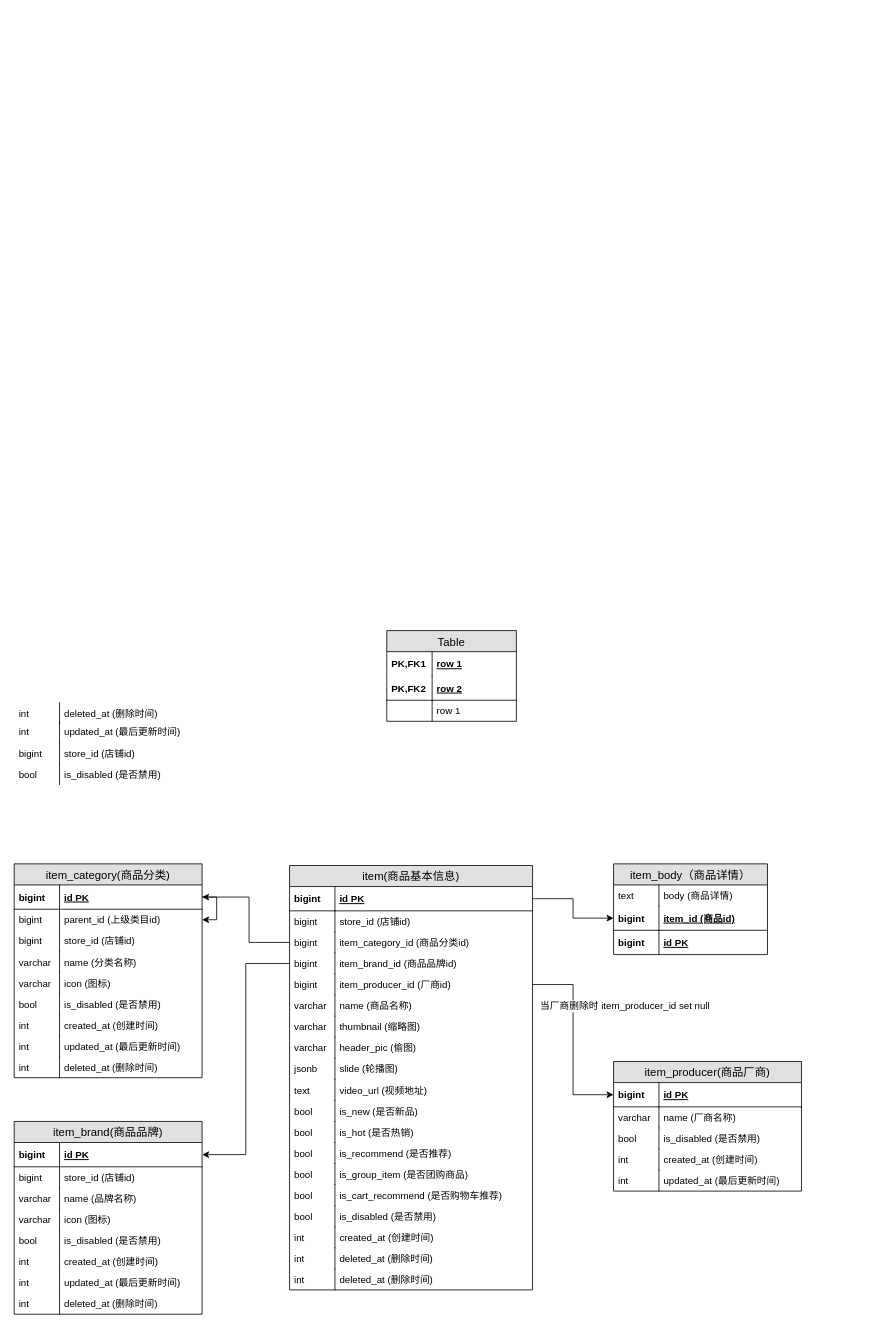
Earlier version of the draw.io diagram 商品库存.drawio (HuangYongXuan/saas-draw). Source tidied: cells renumbered, new cells numbered last; positions are measured from the earlier drawing's top-left corner, leaving out a move shared by most shapes. Both pictures are drawn from the tidied source at 81%, with x=0, y=0 at pixel (14, 630).
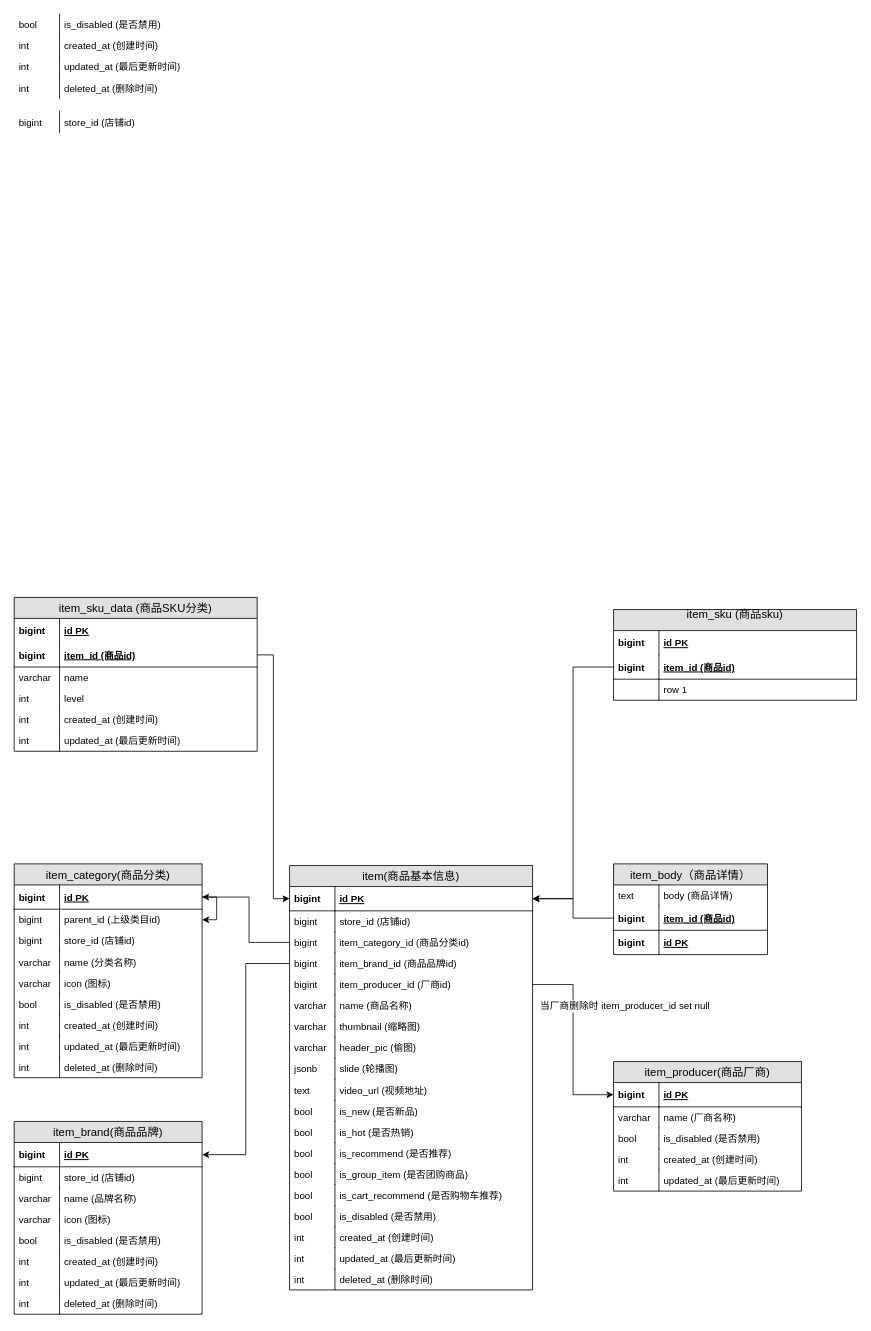
The same page after the edit.

Commit message (it also covers changes not shown here):
更新商品库存.drawio

The change refers to these unchanged cells:
```xml
<mxCell id="2" value="item(商品基本信息)" style="swimlane;fontStyle=0;horizontal=1;startSize=26;fillColor=#e0e0e0;swimlaneFillColor=#ffffff;align=center;fontSize=14;" parent="1" vertex="1">
  <mxGeometry x="340" y="290" width="300" height="524" as="geometry" />
</mxCell>
<mxCell id="3" value="id PK" style="shape=partialRectangle;top=0;left=0;right=0;bottom=1;align=left;verticalAlign=middle;fillColor=none;spacingLeft=60;spacingRight=4;overflow=hidden;points=[[0,0.5],[1,0.5]];portConstraint=eastwest;fontStyle=5;fontSize=12;" parent="2" vertex="1">
  <mxGeometry y="26" width="300" height="30" as="geometry" />
</mxCell>
<mxCell id="44" value="item_id (商品id)" style="shape=partialRectangle;top=0;left=0;right=0;bottom=1;align=left;verticalAlign=middle;fillColor=none;spacingLeft=60;spacingRight=4;overflow=hidden;points=[[0,0.5],[1,0.5]];portConstraint=eastwest;fontStyle=5;fontSize=12;" parent="41" vertex="1">
  <mxGeometry y="52" width="190" height="30" as="geometry" />
</mxCell>
```

Diff of the diagram source:
```diff
@@
-    <mxCell id="37" value="deleted_at (删除时间)" style="shape=partialRectangle;top=0;left=0;right=0;bottom=0;align=left;verticalAlign=top;fillColor=none;spacingLeft=60;spacingRight=4;overflow=hidden;fontSize=12;" parent="2" vertex="1">
-      <mxGeometry y="472" width="300" height="26" as="geometry" />
-    </mxCell>
-    <mxCell id="38" value="int" style="shape=partialRectangle;top=0;left=0;bottom=0;fillColor=none;align=left;verticalAlign=top;spacingLeft=4;spacingRight=4;overflow=hidden;fontSize=12;" parent="37" vertex="1">
-      <mxGeometry width="56" height="26" as="geometry" />
-    </mxCell>
+    <mxCell id="116" value="updated_at (最后更新时间)" style="shape=partialRectangle;top=0;left=0;right=0;bottom=0;align=left;verticalAlign=top;fillColor=none;spacingLeft=60;spacingRight=4;overflow=hidden;fontSize=12;" parent="2" vertex="1">
+      <mxGeometry y="472" width="300" height="26" as="geometry" />
+    </mxCell>
+    <mxCell id="117" value="int" style="shape=partialRectangle;top=0;left=0;bottom=0;fillColor=none;align=left;verticalAlign=top;spacingLeft=4;spacingRight=4;overflow=hidden;fontSize=12;" parent="116" vertex="1">
+      <mxGeometry width="56" height="26" as="geometry" />
+    </mxCell>
@@
-    <mxCell id="48" style="edgeStyle=orthogonalEdgeStyle;rounded=0;jettySize=auto;html=1;exitX=1;exitY=0.5;exitDx=0;exitDy=0;entryX=0;entryY=0.5;entryDx=0;entryDy=0;" parent="1" edge="1" source="3" target="44">
-      <mxGeometry relative="1" as="geometry" />
-    </mxCell>
@@
     <mxCell id="69" value="store_id (店铺id)" style="shape=partialRectangle;top=0;left=0;right=0;bottom=0;align=left;verticalAlign=top;fillColor=none;spacingLeft=60;spacingRight=4;overflow=hidden;fontSize=12;" parent="1" vertex="1">
-      <mxGeometry y="138" width="300" height="26" as="geometry" />
+      <mxGeometry y="-641" width="300" height="26" as="geometry" />
     </mxCell>
@@
     <mxCell id="71" value="is_disabled (是否禁用)" style="shape=partialRectangle;top=0;left=0;right=0;bottom=0;align=left;verticalAlign=top;fillColor=none;spacingLeft=60;spacingRight=4;overflow=hidden;fontSize=12;" parent="1" vertex="1">
-      <mxGeometry y="164" width="300" height="26" as="geometry" />
+      <mxGeometry y="-761" width="300" height="26" as="geometry" />
     </mxCell>
@@
     <mxCell id="73" value="deleted_at (删除时间)" style="shape=partialRectangle;top=0;left=0;right=0;bottom=0;align=left;verticalAlign=top;fillColor=none;spacingLeft=60;spacingRight=4;overflow=hidden;fontSize=12;" parent="1" vertex="1">
-      <mxGeometry y="89" width="300" height="26" as="geometry" />
+      <mxGeometry y="-683" width="300" height="26" as="geometry" />
     </mxCell>
@@
     <mxCell id="75" value="updated_at (最后更新时间)" style="shape=partialRectangle;top=0;left=0;right=0;bottom=0;align=left;verticalAlign=top;fillColor=none;spacingLeft=60;spacingRight=4;overflow=hidden;fontSize=12;" parent="1" vertex="1">
-      <mxGeometry y="112" width="300" height="26" as="geometry" />
+      <mxGeometry y="-709" width="300" height="26" as="geometry" />
     </mxCell>
@@
-    <mxCell id="109" value="Table" style="swimlane;fontStyle=0;horizontal=1;startSize=26;fillColor=#e0e0e0;swimlaneFillColor=#ffffff;align=center;fontSize=14;" parent="1" vertex="1">
-      <mxGeometry x="460" width="160" height="112" as="geometry" />
+    <mxCell id="109" value="item_sku_data (商品SKU分类)" style="swimlane;fontStyle=0;horizontal=1;startSize=26;fillColor=#e0e0e0;swimlaneFillColor=#ffffff;align=center;fontSize=14;rounded=0;" parent="1" vertex="1">
+      <mxGeometry y="-41" width="300" height="190" as="geometry" />
     </mxCell>
-    <mxCell id="110" value="row 1" style="shape=partialRectangle;top=0;left=0;right=0;bottom=0;align=left;verticalAlign=middle;fillColor=none;spacingLeft=60;spacingRight=4;overflow=hidden;fontStyle=5;fontSize=12;" parent="109" vertex="1">
-      <mxGeometry y="26" width="160" height="30" as="geometry" />
+    <mxCell id="110" value="id PK" style="shape=partialRectangle;top=0;left=0;right=0;bottom=0;align=left;verticalAlign=middle;fillColor=none;spacingLeft=60;spacingRight=4;overflow=hidden;fontStyle=5;fontSize=12;" parent="109" vertex="1">
+      <mxGeometry y="26" width="300" height="30" as="geometry" />
     </mxCell>
-    <mxCell id="111" value="PK,FK1" style="shape=partialRectangle;fontStyle=1;top=0;left=0;bottom=0;fillColor=none;align=left;verticalAlign=middle;spacingLeft=4;spacingRight=4;overflow=hidden;fontSize=12;" parent="110" vertex="1">
+    <mxCell id="111" value="bigint" style="shape=partialRectangle;fontStyle=1;top=0;left=0;bottom=0;fillColor=none;align=left;verticalAlign=middle;spacingLeft=4;spacingRight=4;overflow=hidden;fontSize=12;" parent="110" vertex="1">
       <mxGeometry width="56" height="30" as="geometry" />
     </mxCell>
-    <mxCell id="112" value="row 2" style="shape=partialRectangle;top=0;left=0;right=0;bottom=1;align=left;verticalAlign=middle;fillColor=none;spacingLeft=60;spacingRight=4;overflow=hidden;points=[[0,0.5],[1,0.5]];portConstraint=eastwest;fontStyle=5;fontSize=12;" parent="109" vertex="1">
-      <mxGeometry y="56" width="160" height="30" as="geometry" />
+    <mxCell id="112" value="item_id (商品id)" style="shape=partialRectangle;top=0;left=0;right=0;bottom=1;align=left;verticalAlign=middle;fillColor=none;spacingLeft=60;spacingRight=4;overflow=hidden;points=[[0,0.5],[1,0.5]];portConstraint=eastwest;fontStyle=5;fontSize=12;" parent="109" vertex="1">
+      <mxGeometry y="56" width="300" height="30" as="geometry" />
     </mxCell>
-    <mxCell id="113" value="PK,FK2" style="shape=partialRectangle;fontStyle=1;top=0;left=0;bottom=0;fillColor=none;align=left;verticalAlign=middle;spacingLeft=4;spacingRight=4;overflow=hidden;fontSize=12;" parent="112" vertex="1">
+    <mxCell id="113" value="bigint" style="shape=partialRectangle;fontStyle=1;top=0;left=0;bottom=0;fillColor=none;align=left;verticalAlign=middle;spacingLeft=4;spacingRight=4;overflow=hidden;fontSize=12;" parent="112" vertex="1">
       <mxGeometry width="56" height="30" as="geometry" />
     </mxCell>
-    <mxCell id="114" value="row 1" style="shape=partialRectangle;top=0;left=0;right=0;bottom=0;align=left;verticalAlign=top;fillColor=none;spacingLeft=60;spacingRight=4;overflow=hidden;fontSize=12;" parent="109" vertex="1">
-      <mxGeometry y="86" width="160" height="26" as="geometry" />
+    <mxCell id="114" value="name" style="shape=partialRectangle;top=0;left=0;right=0;bottom=0;align=left;verticalAlign=top;fillColor=none;spacingLeft=60;spacingRight=4;overflow=hidden;fontSize=12;" parent="109" vertex="1">
+      <mxGeometry y="86" width="300" height="26" as="geometry" />
     </mxCell>
-    <mxCell id="115" style="shape=partialRectangle;top=0;left=0;bottom=0;fillColor=none;align=left;verticalAlign=top;spacingLeft=4;spacingRight=4;overflow=hidden;fontSize=12;" parent="114" vertex="1">
+    <mxCell id="115" value="varchar" style="shape=partialRectangle;top=0;left=0;bottom=0;fillColor=none;align=left;verticalAlign=top;spacingLeft=4;spacingRight=4;overflow=hidden;fontSize=12;" parent="114" vertex="1">
       <mxGeometry width="56" height="26" as="geometry" />
     </mxCell>
+    <mxCell id="118" value="level" style="shape=partialRectangle;top=0;left=0;right=0;bottom=0;align=left;verticalAlign=top;fillColor=none;spacingLeft=60;spacingRight=4;overflow=hidden;fontSize=12;" parent="109" vertex="1">
+      <mxGeometry y="112" width="300" height="26" as="geometry" />
+    </mxCell>
+    <mxCell id="119" value="int" style="shape=partialRectangle;top=0;left=0;bottom=0;fillColor=none;align=left;verticalAlign=top;spacingLeft=4;spacingRight=4;overflow=hidden;fontSize=12;" parent="118" vertex="1">
+      <mxGeometry width="56" height="26" as="geometry" />
+    </mxCell>
+    <mxCell id="120" value="created_at (创建时间)" style="shape=partialRectangle;top=0;left=0;right=0;bottom=0;align=left;verticalAlign=top;fillColor=none;spacingLeft=60;spacingRight=4;overflow=hidden;fontSize=12;" parent="109" vertex="1">
+      <mxGeometry y="138" width="300" height="26" as="geometry" />
+    </mxCell>
+    <mxCell id="121" value="int" style="shape=partialRectangle;top=0;left=0;bottom=0;fillColor=none;align=left;verticalAlign=top;spacingLeft=4;spacingRight=4;overflow=hidden;fontSize=12;" parent="120" vertex="1">
+      <mxGeometry width="56" height="26" as="geometry" />
+    </mxCell>
+    <mxCell id="122" value="updated_at (最后更新时间)" style="shape=partialRectangle;top=0;left=0;right=0;bottom=0;align=left;verticalAlign=top;fillColor=none;spacingLeft=60;spacingRight=4;overflow=hidden;fontSize=12;" parent="109" vertex="1">
+      <mxGeometry y="164" width="300" height="26" as="geometry" />
+    </mxCell>
+    <mxCell id="123" value="int" style="shape=partialRectangle;top=0;left=0;bottom=0;fillColor=none;align=left;verticalAlign=top;spacingLeft=4;spacingRight=4;overflow=hidden;fontSize=12;" parent="122" vertex="1">
+      <mxGeometry width="56" height="26" as="geometry" />
+    </mxCell>
+    <mxCell id="124" value="created_at (创建时间)" style="shape=partialRectangle;top=0;left=0;right=0;bottom=0;align=left;verticalAlign=top;fillColor=none;spacingLeft=60;spacingRight=4;overflow=hidden;fontSize=12;" parent="1" vertex="1">
+      <mxGeometry y="-735" width="300" height="26" as="geometry" />
+    </mxCell>
+    <mxCell id="125" value="int" style="shape=partialRectangle;top=0;left=0;bottom=0;fillColor=none;align=left;verticalAlign=top;spacingLeft=4;spacingRight=4;overflow=hidden;fontSize=12;" parent="124" vertex="1">
+      <mxGeometry width="56" height="26" as="geometry" />
+    </mxCell>
+    <mxCell id="126" value="item_sku (商品sku)&#10;" style="swimlane;fontStyle=0;horizontal=1;startSize=26;fillColor=#e0e0e0;swimlaneFillColor=#ffffff;align=center;fontSize=14;rounded=0;" parent="1" vertex="1">
+      <mxGeometry x="740" y="-26" width="300" height="112" as="geometry" />
+    </mxCell>
+    <mxCell id="127" value="id PK" style="shape=partialRectangle;top=0;left=0;right=0;bottom=0;align=left;verticalAlign=middle;fillColor=none;spacingLeft=60;spacingRight=4;overflow=hidden;fontStyle=5;fontSize=12;" parent="126" vertex="1">
+      <mxGeometry y="26" width="300" height="30" as="geometry" />
+    </mxCell>
+    <mxCell id="128" value="bigint" style="shape=partialRectangle;fontStyle=1;top=0;left=0;bottom=0;fillColor=none;align=left;verticalAlign=middle;spacingLeft=4;spacingRight=4;overflow=hidden;fontSize=12;" parent="127" vertex="1">
+      <mxGeometry width="56" height="30" as="geometry" />
+    </mxCell>
+    <mxCell id="129" value="item_id (商品id)" style="shape=partialRectangle;top=0;left=0;right=0;bottom=1;align=left;verticalAlign=middle;fillColor=none;spacingLeft=60;spacingRight=4;overflow=hidden;points=[[0,0.5],[1,0.5]];portConstraint=eastwest;fontStyle=5;fontSize=12;" parent="126" vertex="1">
+      <mxGeometry y="56" width="300" height="30" as="geometry" />
+    </mxCell>
+    <mxCell id="130" value="bigint" style="shape=partialRectangle;fontStyle=1;top=0;left=0;bottom=0;fillColor=none;align=left;verticalAlign=middle;spacingLeft=4;spacingRight=4;overflow=hidden;fontSize=12;" parent="129" vertex="1">
+      <mxGeometry width="56" height="30" as="geometry" />
+    </mxCell>
+    <mxCell id="131" value="row 1" style="shape=partialRectangle;top=0;left=0;right=0;bottom=0;align=left;verticalAlign=top;fillColor=none;spacingLeft=60;spacingRight=4;overflow=hidden;fontSize=12;" parent="126" vertex="1">
+      <mxGeometry y="86" width="300" height="26" as="geometry" />
+    </mxCell>
+    <mxCell id="132" style="shape=partialRectangle;top=0;left=0;bottom=0;fillColor=none;align=left;verticalAlign=top;spacingLeft=4;spacingRight=4;overflow=hidden;fontSize=12;" parent="131" vertex="1">
+      <mxGeometry width="56" height="26" as="geometry" />
+    </mxCell>
+    <mxCell id="133" style="edgeStyle=orthogonalEdgeStyle;rounded=0;jettySize=auto;html=1;exitX=1;exitY=0.5;exitDx=0;exitDy=0;entryX=0;entryY=0.5;entryDx=0;entryDy=0;" parent="1" edge="1" source="112" target="3">
+      <mxGeometry relative="1" as="geometry" />
+    </mxCell>
+    <mxCell id="134" style="edgeStyle=orthogonalEdgeStyle;rounded=0;jettySize=auto;html=1;exitX=0;exitY=0.5;exitDx=0;exitDy=0;entryX=1;entryY=0.5;entryDx=0;entryDy=0;" parent="1" edge="1" source="129" target="3">
+      <mxGeometry relative="1" as="geometry" />
+    </mxCell>
+    <mxCell id="135" style="edgeStyle=orthogonalEdgeStyle;rounded=0;jettySize=auto;html=1;exitX=0;exitY=0.5;exitDx=0;exitDy=0;entryX=1;entryY=0.5;entryDx=0;entryDy=0;" parent="1" edge="1" source="44" target="3">
+      <mxGeometry relative="1" as="geometry" />
+    </mxCell>
```
